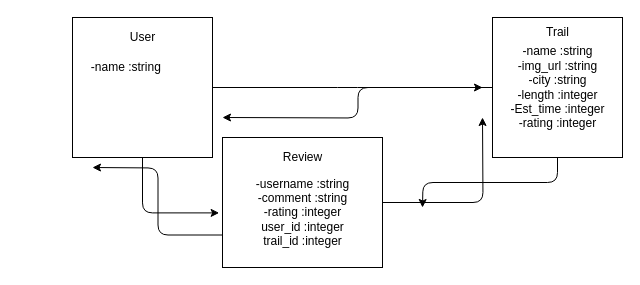
Above: project.svg.drawio in laurennoelle/rado-trails-project (draw.io), before the change. Source tidied: cells renumbered, new cells numbered last; positions are measured from the earlier drawing's top-left corner, leaving out a move shared by most shapes. Both pictures are drawn from the tidied source at 100%, with x=0, y=0 at pixel (17, 17).
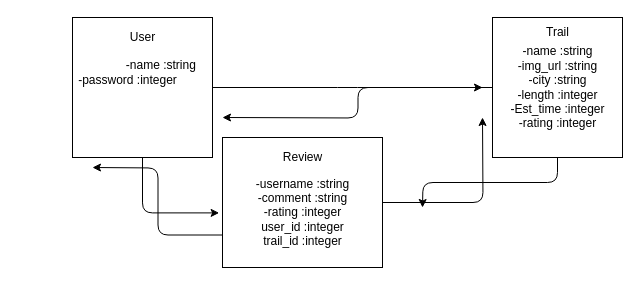
The same page after the edit.

Change to the diagram source:
```diff
@@
-    <mxCell id="14" value="&amp;nbsp; &amp;nbsp; &amp;nbsp; &amp;nbsp; &amp;nbsp; &amp;nbsp; &amp;nbsp; &amp;nbsp; &amp;nbsp; &amp;nbsp; -name :string&lt;br&gt;" style="text;html=1;align=center;verticalAlign=middle;fillColor=none;strokeColor=none;rounded=0;" parent="1" vertex="1">
-      <mxGeometry y="40" width="150" height="20" as="geometry" />
+    <mxCell id="14" value="&amp;nbsp; &amp;nbsp; &amp;nbsp; &amp;nbsp; &amp;nbsp; &amp;nbsp; &amp;nbsp; &amp;nbsp; &amp;nbsp; &amp;nbsp; -name :string&lt;br&gt;-password :integer" style="text;html=1;align=center;verticalAlign=middle;fillColor=none;strokeColor=none;rounded=0;" parent="1" vertex="1">
+      <mxGeometry x="35" y="40" width="150" height="30" as="geometry" />
     </mxCell>
```
